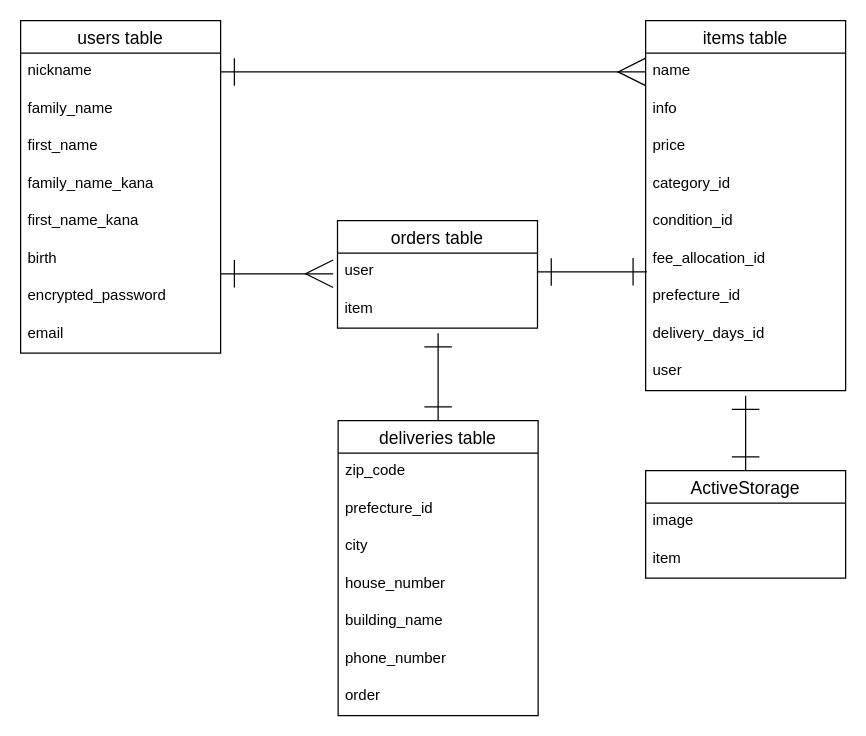
Before: ER.dio in YoshiYamamura/furima-34866, a draw.io diagram. Source tidied: cells renumbered, new cells numbered last; positions are measured from the earlier drawing's top-left corner, leaving out a move shared by most shapes. Both pictures are drawn from the tidied source at 125%, with x=0, y=0 at pixel (20, 20).
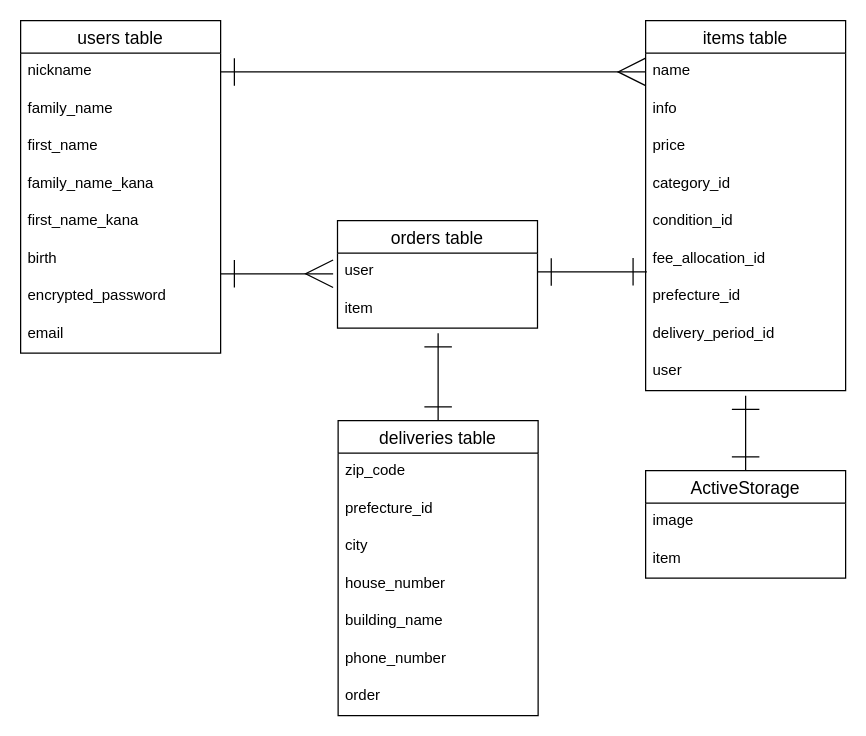
Above is the later version.

Commit message (it also covers changes not shown here):
カラム名の変更 Readme & ER

The change refers to these unchanged cells:
```xml
<mxCell id="11" value="items table" style="swimlane;fontStyle=0;horizontal=1;startSize=26;align=center;fontSize=14;" parent="1" vertex="1">
  <mxGeometry x="500" width="160" height="296" as="geometry" />
</mxCell>
```

Change to the diagram source:
```diff
@@
-    <mxCell id="19" value="delivery_days_id" style="text;strokeColor=none;fillColor=none;spacingLeft=4;spacingRight=4;overflow=hidden;fontSize=12;" parent="11" vertex="1">
+    <mxCell id="19" value="delivery_period_id" style="text;strokeColor=none;fillColor=none;spacingLeft=4;spacingRight=4;overflow=hidden;fontSize=12;" parent="11" vertex="1">
       <mxGeometry y="236" width="160" height="30" as="geometry" />
     </mxCell>
```
